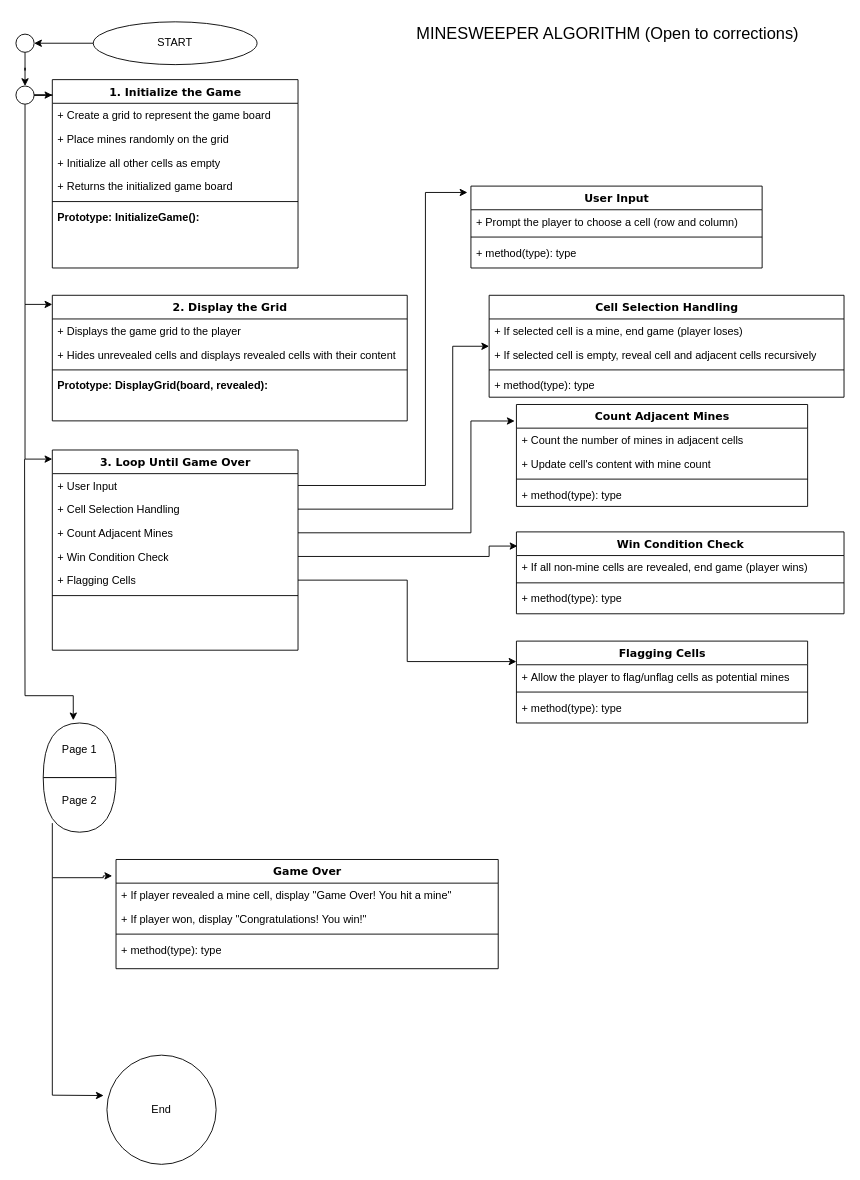
The draw.io diagram Minesweeper.drawio in lawalTheWest/minesweeper, before the edit. Source tidied: cells renumbered, new cells numbered last; positions are measured from the earlier drawing's top-left corner, leaving out a move shared by most shapes. Both pictures are drawn from the tidied source at 91%, with x=0, y=0 at pixel (15, 15).
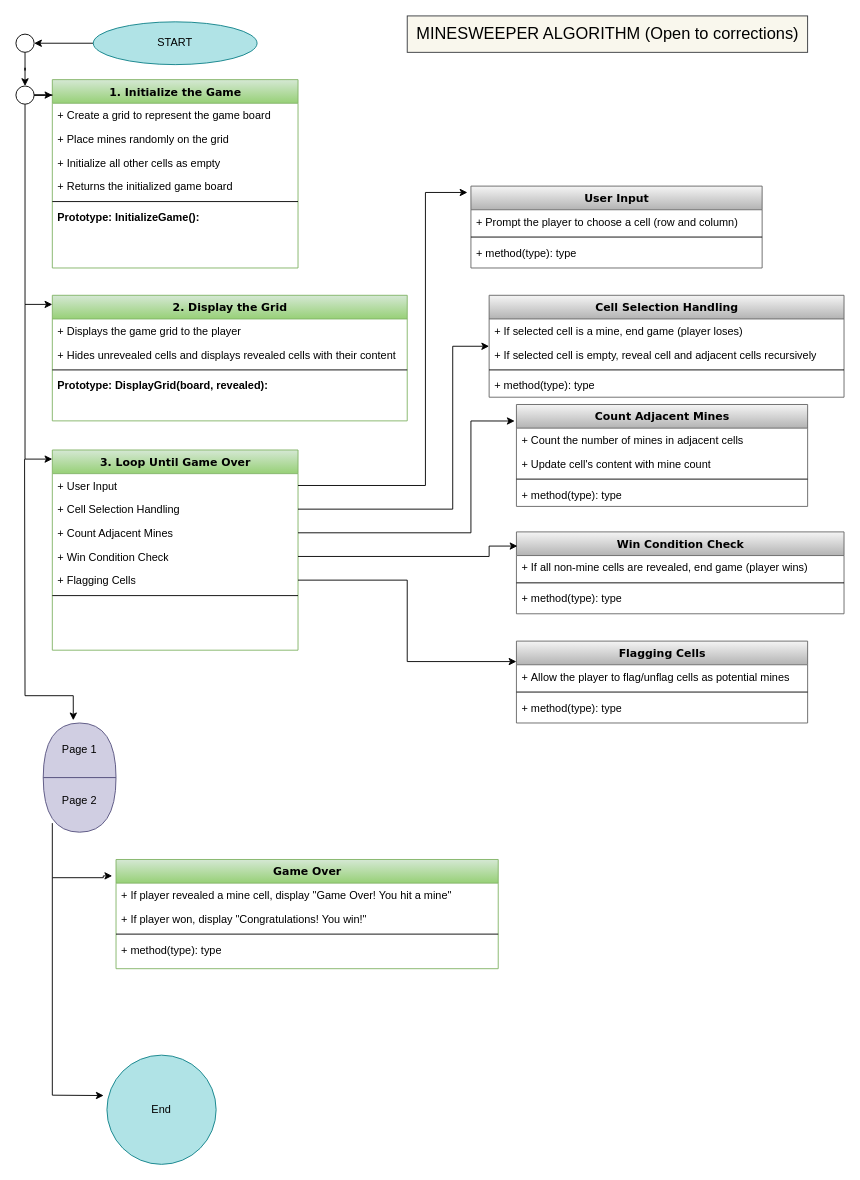
The same page after the edit.

The edit, as a diff of the source:
```diff
@@
-    <mxCell id="2" value="1. Initialize the Game" style="swimlane;html=1;fontStyle=1;align=center;verticalAlign=top;horizontal=1;startSize=26;swimlaneFillColor=#ffffff;rounded=0;shadow=0;comic=0;labelBackgroundColor=none;strokeWidth=1;fillColor=none;fontFamily=Verdana;fontSize=12;" parent="1" vertex="1">
+    <mxCell id="2" value="1. Initialize the Game" style="swimlane;html=1;fontStyle=1;align=center;verticalAlign=top;horizontal=1;startSize=26;swimlaneFillColor=#ffffff;rounded=0;shadow=0;comic=0;labelBackgroundColor=none;strokeWidth=1;fillColor=#d5e8d4;fontFamily=Verdana;fontSize=12;strokeColor=#82b366;gradientColor=#97d077;" parent="1" vertex="1">
       <mxGeometry x="40" y="70" width="270" height="207" as="geometry" />
     </mxCell>
@@
-    <mxCell id="9" value="User Input" style="swimlane;html=1;fontStyle=1;align=center;verticalAlign=top;horizontal=1;startSize=26;swimlaneFillColor=#ffffff;rounded=0;shadow=0;comic=0;labelBackgroundColor=none;strokeWidth=1;fillColor=none;fontFamily=Verdana;fontSize=12;" parent="1" vertex="1">
+    <mxCell id="9" value="User Input" style="swimlane;html=1;fontStyle=1;align=center;verticalAlign=top;horizontal=1;startSize=26;swimlaneFillColor=#ffffff;rounded=0;shadow=0;comic=0;labelBackgroundColor=none;strokeWidth=1;fillColor=#f5f5f5;fontFamily=Verdana;fontSize=12;gradientColor=#b3b3b3;strokeColor=#666666;" parent="1" vertex="1">
       <mxGeometry x="500" y="187" width="320" height="90" as="geometry" />
     </mxCell>
@@
-    <mxCell id="13" value="2. Display the Grid" style="swimlane;html=1;fontStyle=1;align=center;verticalAlign=top;horizontal=1;startSize=26;swimlaneFillColor=#ffffff;rounded=0;shadow=0;comic=0;labelBackgroundColor=none;strokeWidth=1;fillColor=none;fontFamily=Verdana;fontSize=12;" parent="1" vertex="1">
+    <mxCell id="13" value="2. Display the Grid" style="swimlane;html=1;fontStyle=1;align=center;verticalAlign=top;horizontal=1;startSize=26;swimlaneFillColor=#ffffff;rounded=0;shadow=0;comic=0;labelBackgroundColor=none;strokeWidth=1;fillColor=#d5e8d4;fontFamily=Verdana;fontSize=12;gradientColor=#97d077;strokeColor=#82b366;" parent="1" vertex="1">
       <mxGeometry x="40" y="307" width="390" height="138" as="geometry" />
     </mxCell>
@@
-    <mxCell id="18" value="3. Loop Until Game Over" style="swimlane;html=1;fontStyle=1;align=center;verticalAlign=top;horizontal=1;startSize=26;swimlaneFillColor=#ffffff;rounded=0;shadow=0;comic=0;labelBackgroundColor=none;strokeWidth=1;fillColor=none;fontFamily=Verdana;fontSize=12;" parent="1" vertex="1">
+    <mxCell id="18" value="3. Loop Until Game Over" style="swimlane;html=1;fontStyle=1;align=center;verticalAlign=top;horizontal=1;startSize=26;swimlaneFillColor=#ffffff;rounded=0;shadow=0;comic=0;labelBackgroundColor=none;strokeWidth=1;fillColor=#d5e8d4;fontFamily=Verdana;fontSize=12;gradientColor=#97d077;strokeColor=#82b366;" parent="1" vertex="1">
       <mxGeometry x="40" y="477" width="270" height="220" as="geometry" />
     </mxCell>
@@
-    <mxCell id="25" value="Cell Selection Handling" style="swimlane;html=1;fontStyle=1;align=center;verticalAlign=top;horizontal=1;startSize=26;swimlaneFillColor=#ffffff;rounded=0;shadow=0;comic=0;labelBackgroundColor=none;strokeWidth=1;fillColor=none;fontFamily=Verdana;fontSize=12;" parent="1" vertex="1">
+    <mxCell id="25" value="Cell Selection Handling" style="swimlane;html=1;fontStyle=1;align=center;verticalAlign=top;horizontal=1;startSize=26;swimlaneFillColor=#ffffff;rounded=0;shadow=0;comic=0;labelBackgroundColor=none;strokeWidth=1;fillColor=#f5f5f5;fontFamily=Verdana;fontSize=12;gradientColor=#b3b3b3;strokeColor=#666666;" parent="1" vertex="1">
       <mxGeometry x="520" y="307" width="390" height="112" as="geometry" />
     </mxCell>
@@
-    <mxCell id="30" value="Game Over" style="swimlane;html=1;fontStyle=1;align=center;verticalAlign=top;horizontal=1;startSize=26;swimlaneFillColor=#ffffff;rounded=0;shadow=0;comic=0;labelBackgroundColor=none;strokeWidth=1;fillColor=none;fontFamily=Verdana;fontSize=12;" parent="1" vertex="1">
+    <mxCell id="30" value="Game Over" style="swimlane;html=1;fontStyle=1;align=center;verticalAlign=top;horizontal=1;startSize=26;swimlaneFillColor=#ffffff;rounded=0;shadow=0;comic=0;labelBackgroundColor=none;strokeWidth=1;fillColor=#d5e8d4;fontFamily=Verdana;fontSize=12;gradientColor=#97d077;strokeColor=#82b366;" parent="1" vertex="1">
       <mxGeometry x="110" y="927" width="420" height="120" as="geometry" />
     </mxCell>
@@
-    <mxCell id="35" value="&lt;font style=&quot;font-size: 18px;&quot;&gt;MINESWEEPER ALGORITHM (Open to corrections)&lt;/font&gt;" style="text;html=1;align=center;verticalAlign=middle;strokeColor=none;fillColor=none;" parent="1" vertex="1">
+    <mxCell id="35" value="&lt;font style=&quot;font-size: 18px;&quot;&gt;MINESWEEPER ALGORITHM (Open to corrections)&lt;/font&gt;" style="text;html=1;align=center;verticalAlign=middle;fillColor=#f9f7ed;strokeColor=#36393d;" parent="1" vertex="1">
       <mxGeometry x="430" width="440" height="40" as="geometry" />
     </mxCell>
@@
-    <mxCell id="39" value="START" style="ellipse;whiteSpace=wrap;html=1;" parent="1" vertex="1">
+    <mxCell id="39" value="START" style="ellipse;whiteSpace=wrap;html=1;fillColor=#b0e3e6;strokeColor=#0e8088;" parent="1" vertex="1">
       <mxGeometry x="85" y="6.5" width="180" height="47" as="geometry" />
     </mxCell>
@@
-    <mxCell id="46" value="Count Adjacent Mines" style="swimlane;html=1;fontStyle=1;align=center;verticalAlign=top;horizontal=1;startSize=26;swimlaneFillColor=#ffffff;rounded=0;shadow=0;comic=0;labelBackgroundColor=none;strokeWidth=1;fillColor=none;fontFamily=Verdana;fontSize=12;" parent="1" vertex="1">
+    <mxCell id="46" value="Count Adjacent Mines" style="swimlane;html=1;fontStyle=1;align=center;verticalAlign=top;horizontal=1;startSize=26;swimlaneFillColor=#ffffff;rounded=0;shadow=0;comic=0;labelBackgroundColor=none;strokeWidth=1;fillColor=#f5f5f5;fontFamily=Verdana;fontSize=12;gradientColor=#b3b3b3;strokeColor=#666666;" parent="1" vertex="1">
       <mxGeometry x="550" y="427" width="320" height="112" as="geometry" />
     </mxCell>
@@
-    <mxCell id="51" value="Win Condition Check" style="swimlane;html=1;fontStyle=1;align=center;verticalAlign=top;horizontal=1;startSize=26;swimlaneFillColor=#ffffff;rounded=0;shadow=0;comic=0;labelBackgroundColor=none;strokeWidth=1;fillColor=none;fontFamily=Verdana;fontSize=12;" parent="1" vertex="1">
+    <mxCell id="51" value="Win Condition Check" style="swimlane;html=1;fontStyle=1;align=center;verticalAlign=top;horizontal=1;startSize=26;swimlaneFillColor=#ffffff;rounded=0;shadow=0;comic=0;labelBackgroundColor=none;strokeWidth=1;fillColor=#f5f5f5;fontFamily=Verdana;fontSize=12;gradientColor=#b3b3b3;strokeColor=#666666;" parent="1" vertex="1">
       <mxGeometry x="550" y="567" width="360" height="90" as="geometry" />
     </mxCell>
@@
-    <mxCell id="57" value="Flagging Cells" style="swimlane;html=1;fontStyle=1;align=center;verticalAlign=top;horizontal=1;startSize=26;swimlaneFillColor=#ffffff;rounded=0;shadow=0;comic=0;labelBackgroundColor=none;strokeWidth=1;fillColor=none;fontFamily=Verdana;fontSize=12;" parent="1" vertex="1">
+    <mxCell id="57" value="Flagging Cells" style="swimlane;html=1;fontStyle=1;align=center;verticalAlign=top;horizontal=1;startSize=26;swimlaneFillColor=#ffffff;rounded=0;shadow=0;comic=0;labelBackgroundColor=none;strokeWidth=1;fillColor=#f5f5f5;fontFamily=Verdana;fontSize=12;gradientColor=#b3b3b3;strokeColor=#666666;" parent="1" vertex="1">
       <mxGeometry x="550" y="687" width="320" height="90" as="geometry" />
     </mxCell>
@@
-    <mxCell id="62" style="shape=or;whiteSpace=wrap;html=1;rotation=-90;" parent="1" vertex="1">
+    <mxCell id="62" style="shape=or;whiteSpace=wrap;html=1;rotation=-90;fillColor=#d0cee2;strokeColor=#56517e;" parent="1" vertex="1">
       <mxGeometry x="40" y="767" width="60" height="80" as="geometry" />
     </mxCell>
@@
-    <mxCell id="65" style="shape=or;whiteSpace=wrap;html=1;rotation=90;" parent="1" vertex="1">
+    <mxCell id="65" style="shape=or;whiteSpace=wrap;html=1;rotation=90;fillColor=#d0cee2;strokeColor=#56517e;" parent="1" vertex="1">
       <mxGeometry x="40" y="827" width="60" height="80" as="geometry" />
     </mxCell>
@@
-    <mxCell id="68" value="End" style="ellipse;whiteSpace=wrap;html=1;" parent="1" vertex="1">
+    <mxCell id="68" value="End" style="ellipse;whiteSpace=wrap;html=1;fillColor=#b0e3e6;strokeColor=#0e8088;" parent="1" vertex="1">
       <mxGeometry x="100" y="1142" width="120" height="120" as="geometry" />
     </mxCell>
```
